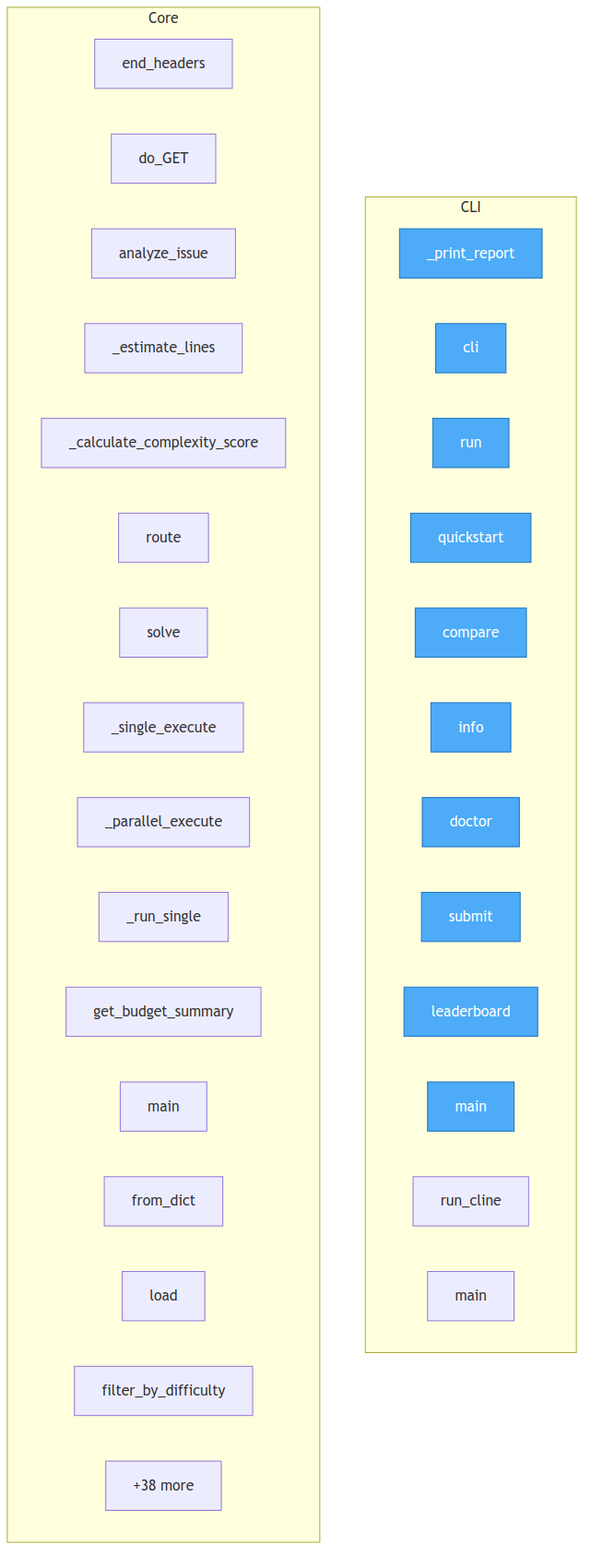
This is project/flow.png from semcod/qualbench, a Mermaid export, as it was before one commit. Its source is kept beside it as project/flow.mmd.
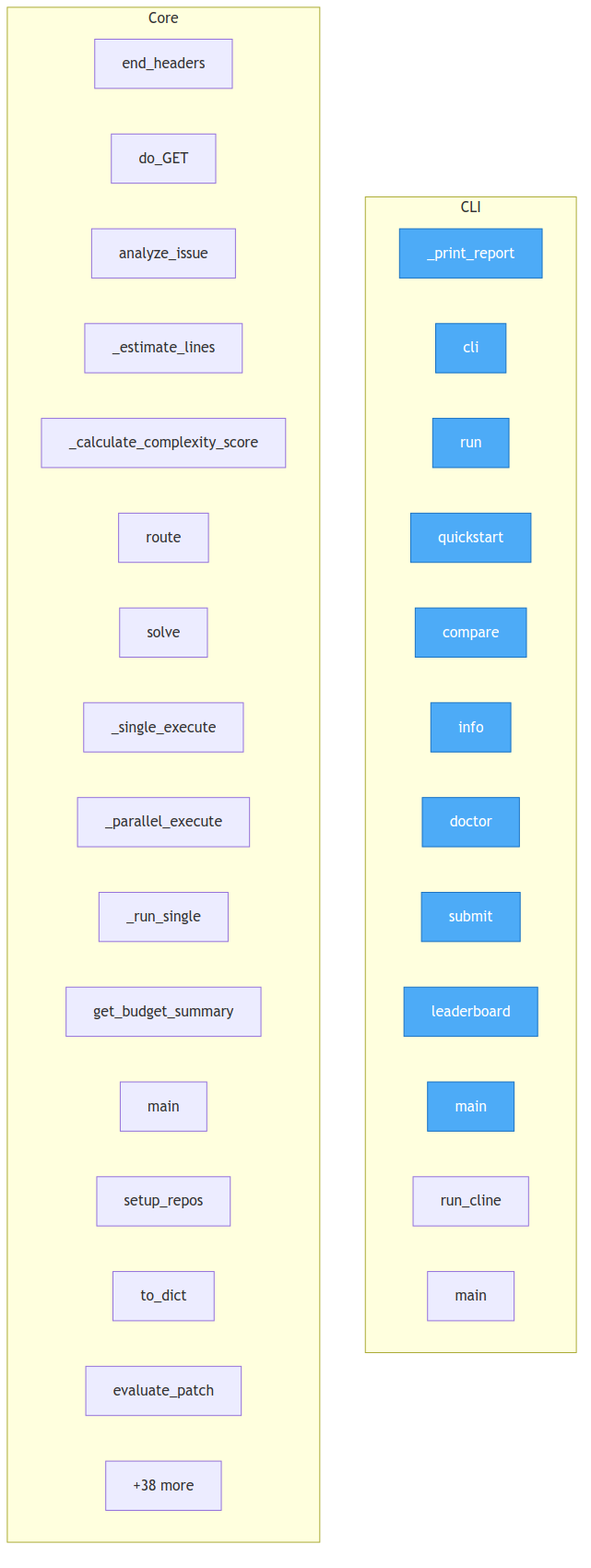
The same file after the commit.

Change to the diagram source:
```diff
@@ -30,9 +30,9 @@
         qualbench__supervisor__SupervisorAI___run_single["_run_single"]
         qualbench__supervisor__SupervisorAI__get_budget_summary["get_budget_summary"]
         qualbench__supervisor__main["main"]
-        qualbench__dataset__Issue__from_dict["from_dict"]
-        qualbench__dataset__Dataset__load["load"]
-        qualbench__dataset__Dataset__filter_by_difficulty["filter_by_difficulty"]
+        qualbench__utils__repos__setup_repos["setup_repos"]
+        qualbench__evaluation__EvaluationResult__to_dict["to_dict"]
+        qualbench__evaluation__evaluate_patch["evaluate_patch"]
         ...["+38 more"]
     end
 
```
